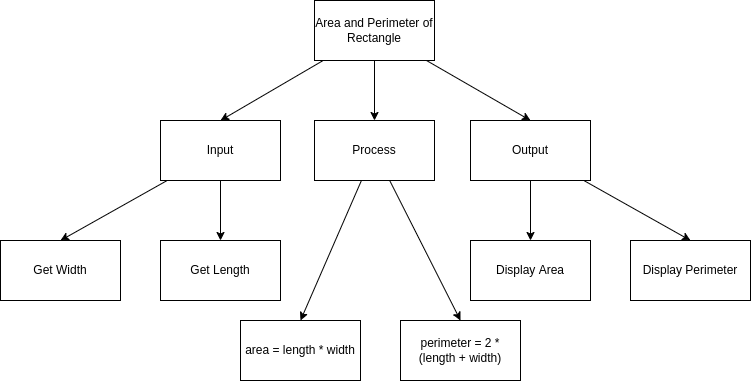
Earlier version of the draw.io export design.png (Samuel-Webster-178/ICS3U-Unit2-Unit2-02-Python). Source tidied: cells renumbered, new cells last; positions are measured from the earlier drawing's top-left corner, leaving out a move shared by most shapes. The source it was exported from:
```xml
<mxGraphModel>
  <root>
    <mxCell id="0" />
    <mxCell id="1" parent="0" />
    <mxCell id="2" style="edgeStyle=none;html=1;jumpStyle=none;" parent="1" edge="1" source="5" target="8">
      <mxGeometry relative="1" as="geometry" />
    </mxCell>
    <mxCell id="3" style="edgeStyle=none;html=1;entryX=0.5;entryY=0;entryDx=0;entryDy=0;" parent="1" edge="1" source="5" target="11">
      <mxGeometry relative="1" as="geometry" />
    </mxCell>
    <mxCell id="4" style="edgeStyle=none;html=1;entryX=0.5;entryY=0;entryDx=0;entryDy=0;jumpStyle=none;" parent="1" edge="1" source="5" target="14">
      <mxGeometry relative="1" as="geometry" />
    </mxCell>
    <mxCell id="5" value="Area and Perimeter of Rectangle" style="rounded=0;whiteSpace=wrap;html=1;" parent="1" vertex="1">
      <mxGeometry x="314" width="120" height="60" as="geometry" />
    </mxCell>
    <mxCell id="6" style="edgeStyle=none;html=1;entryX=0.5;entryY=0;entryDx=0;entryDy=0;" parent="1" edge="1" source="8" target="19">
      <mxGeometry relative="1" as="geometry" />
    </mxCell>
    <mxCell id="7" style="edgeStyle=none;html=1;entryX=0.5;entryY=0;entryDx=0;entryDy=0;" parent="1" edge="1" source="8" target="20">
      <mxGeometry relative="1" as="geometry" />
    </mxCell>
    <mxCell id="8" value="Process" style="rounded=0;whiteSpace=wrap;html=1;" parent="1" vertex="1">
      <mxGeometry x="314" y="120" width="120" height="60" as="geometry" />
    </mxCell>
    <mxCell id="9" style="edgeStyle=none;html=1;" parent="1" edge="1" source="11" target="15">
      <mxGeometry relative="1" as="geometry" />
    </mxCell>
    <mxCell id="10" style="edgeStyle=none;html=1;entryX=0.5;entryY=0;entryDx=0;entryDy=0;" parent="1" edge="1" source="11" target="16">
      <mxGeometry relative="1" as="geometry" />
    </mxCell>
    <mxCell id="11" value="Input" style="rounded=0;whiteSpace=wrap;html=1;" parent="1" vertex="1">
      <mxGeometry x="160" y="120" width="120" height="60" as="geometry" />
    </mxCell>
    <mxCell id="12" style="edgeStyle=none;html=1;entryX=0.5;entryY=0;entryDx=0;entryDy=0;" parent="1" edge="1" source="14" target="17">
      <mxGeometry relative="1" as="geometry" />
    </mxCell>
    <mxCell id="13" style="edgeStyle=none;html=1;entryX=0.5;entryY=0;entryDx=0;entryDy=0;" parent="1" edge="1" source="14" target="18">
      <mxGeometry relative="1" as="geometry" />
    </mxCell>
    <mxCell id="14" value="Output" style="rounded=0;whiteSpace=wrap;html=1;" parent="1" vertex="1">
      <mxGeometry x="470" y="120" width="120" height="60" as="geometry" />
    </mxCell>
    <mxCell id="15" value="Get Length" style="rounded=0;whiteSpace=wrap;html=1;" parent="1" vertex="1">
      <mxGeometry x="160" y="240" width="120" height="60" as="geometry" />
    </mxCell>
    <mxCell id="16" value="Get Width" style="rounded=0;whiteSpace=wrap;html=1;" parent="1" vertex="1">
      <mxGeometry y="240" width="120" height="60" as="geometry" />
    </mxCell>
    <mxCell id="17" value="Display Area" style="rounded=0;whiteSpace=wrap;html=1;" parent="1" vertex="1">
      <mxGeometry x="470" y="240" width="120" height="60" as="geometry" />
    </mxCell>
    <mxCell id="18" value="Display Perimeter" style="rounded=0;whiteSpace=wrap;html=1;" parent="1" vertex="1">
      <mxGeometry x="630" y="240" width="120" height="60" as="geometry" />
    </mxCell>
    <mxCell id="19" value="area = length * width" style="rounded=0;whiteSpace=wrap;html=1;" parent="1" vertex="1">
      <mxGeometry x="240" y="320" width="120" height="60" as="geometry" />
    </mxCell>
    <mxCell id="20" value="perimeter = 2 * (length + width)" style="rounded=0;whiteSpace=wrap;html=1;" parent="1" vertex="1">
      <mxGeometry x="400" y="320" width="120" height="60" as="geometry" />
    </mxCell>
  </root>
</mxGraphModel>
```
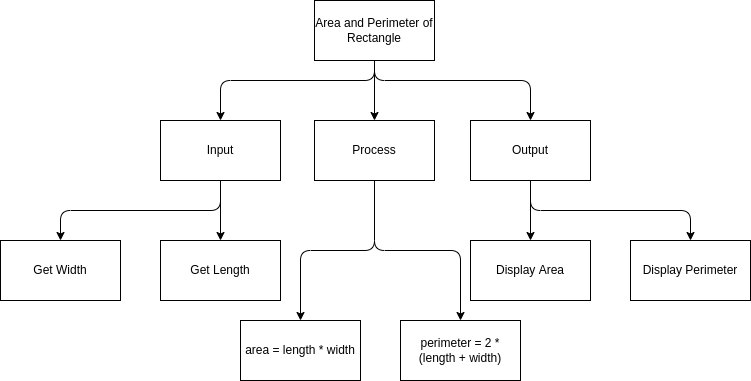
Above is the later version.

Change to the diagram source:
```diff
@@ -5,19 +5,29 @@
     <mxCell id="2" style="edgeStyle=none;html=1;jumpStyle=none;" parent="1" edge="1" source="5" target="8">
       <mxGeometry relative="1" as="geometry" />
     </mxCell>
-    <mxCell id="3" style="edgeStyle=none;html=1;entryX=0.5;entryY=0;entryDx=0;entryDy=0;" parent="1" edge="1" source="5" target="11">
-      <mxGeometry relative="1" as="geometry" />
+    <mxCell id="3" style="edgeStyle=orthogonalEdgeStyle;html=1;entryX=0.5;entryY=0;entryDx=0;entryDy=0;" parent="1" edge="1" source="5" target="11">
+      <mxGeometry relative="1" as="geometry">
+        <Array as="points">
+          <mxPoint x="374" y="80" />
+          <mxPoint x="220" y="80" />
+        </Array>
+      </mxGeometry>
     </mxCell>
-    <mxCell id="4" style="edgeStyle=none;html=1;entryX=0.5;entryY=0;entryDx=0;entryDy=0;jumpStyle=none;" parent="1" edge="1" source="5" target="14">
-      <mxGeometry relative="1" as="geometry" />
+    <mxCell id="4" style="edgeStyle=orthogonalEdgeStyle;html=1;entryX=0.5;entryY=0;entryDx=0;entryDy=0;jumpStyle=none;" parent="1" edge="1" source="5" target="14">
+      <mxGeometry relative="1" as="geometry">
+        <Array as="points">
+          <mxPoint x="374" y="80" />
+          <mxPoint x="530" y="80" />
+        </Array>
+      </mxGeometry>
     </mxCell>
     <mxCell id="5" value="Area and Perimeter of Rectangle" style="rounded=0;whiteSpace=wrap;html=1;" parent="1" vertex="1">
       <mxGeometry x="314" width="120" height="60" as="geometry" />
     </mxCell>
-    <mxCell id="6" style="edgeStyle=none;html=1;entryX=0.5;entryY=0;entryDx=0;entryDy=0;" parent="1" edge="1" source="8" target="19">
+    <mxCell id="6" style="edgeStyle=orthogonalEdgeStyle;html=1;entryX=0.5;entryY=0;entryDx=0;entryDy=0;" parent="1" edge="1" source="8" target="19">
       <mxGeometry relative="1" as="geometry" />
     </mxCell>
-    <mxCell id="7" style="edgeStyle=none;html=1;entryX=0.5;entryY=0;entryDx=0;entryDy=0;" parent="1" edge="1" source="8" target="20">
+    <mxCell id="7" style="edgeStyle=orthogonalEdgeStyle;html=1;entryX=0.5;entryY=0;entryDx=0;entryDy=0;" parent="1" edge="1" source="8" target="20">
       <mxGeometry relative="1" as="geometry" />
     </mxCell>
     <mxCell id="8" value="Process" style="rounded=0;whiteSpace=wrap;html=1;" parent="1" vertex="1">
@@ -26,8 +36,13 @@
     <mxCell id="9" style="edgeStyle=none;html=1;" parent="1" edge="1" source="11" target="15">
       <mxGeometry relative="1" as="geometry" />
     </mxCell>
-    <mxCell id="10" style="edgeStyle=none;html=1;entryX=0.5;entryY=0;entryDx=0;entryDy=0;" parent="1" edge="1" source="11" target="16">
-      <mxGeometry relative="1" as="geometry" />
+    <mxCell id="10" style="edgeStyle=orthogonalEdgeStyle;html=1;entryX=0.5;entryY=0;entryDx=0;entryDy=0;" parent="1" edge="1" source="11" target="16">
+      <mxGeometry relative="1" as="geometry">
+        <Array as="points">
+          <mxPoint x="220" y="210" />
+          <mxPoint x="60" y="210" />
+        </Array>
+      </mxGeometry>
     </mxCell>
     <mxCell id="11" value="Input" style="rounded=0;whiteSpace=wrap;html=1;" parent="1" vertex="1">
       <mxGeometry x="160" y="120" width="120" height="60" as="geometry" />
@@ -35,8 +50,13 @@
     <mxCell id="12" style="edgeStyle=none;html=1;entryX=0.5;entryY=0;entryDx=0;entryDy=0;" parent="1" edge="1" source="14" target="17">
       <mxGeometry relative="1" as="geometry" />
     </mxCell>
-    <mxCell id="13" style="edgeStyle=none;html=1;entryX=0.5;entryY=0;entryDx=0;entryDy=0;" parent="1" edge="1" source="14" target="18">
-      <mxGeometry relative="1" as="geometry" />
+    <mxCell id="13" style="edgeStyle=orthogonalEdgeStyle;html=1;entryX=0.5;entryY=0;entryDx=0;entryDy=0;" parent="1" edge="1" source="14" target="18">
+      <mxGeometry relative="1" as="geometry">
+        <Array as="points">
+          <mxPoint x="530" y="210" />
+          <mxPoint x="690" y="210" />
+        </Array>
+      </mxGeometry>
     </mxCell>
     <mxCell id="14" value="Output" style="rounded=0;whiteSpace=wrap;html=1;" parent="1" vertex="1">
       <mxGeometry x="470" y="120" width="120" height="60" as="geometry" />
```
